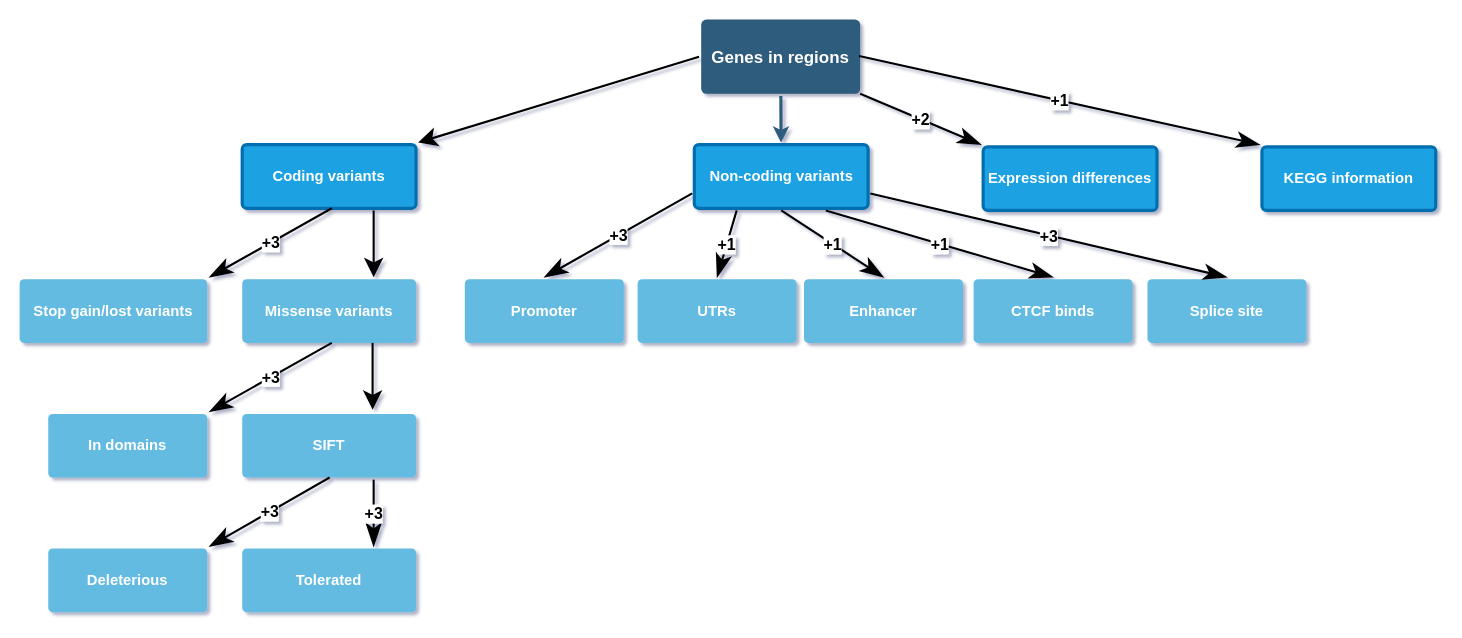
The draw.io diagram CandidateGenes/Untitled Diagram.drawio in ManuelDelpero/AIL_BFMIS1xBFMIS2, before the edit. Source tidied: cells renumbered, new cells numbered last; positions are measured from the earlier drawing's top-left corner, leaving out a move shared by most shapes. Both pictures are drawn from the tidied source at 106%, with x=0, y=0 at pixel (19, 19).
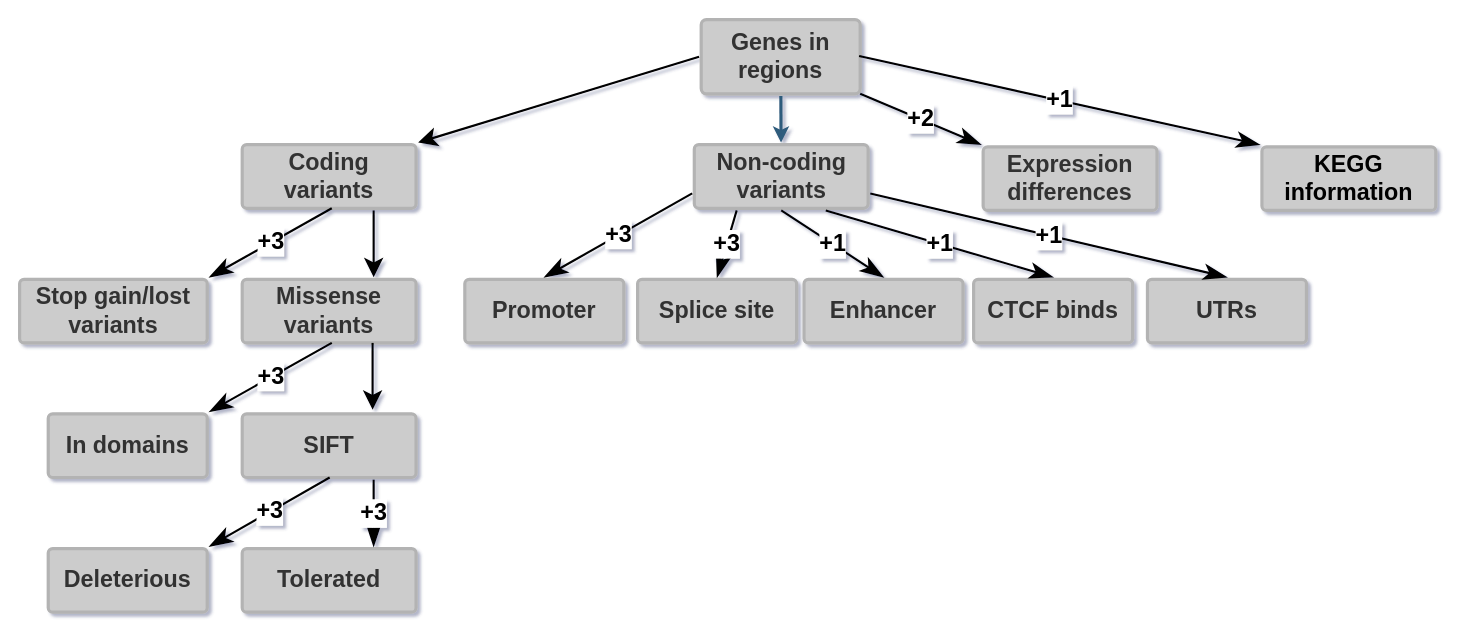
After the change.

What changed in the source:
```diff
@@
-    <mxCell id="3" value="Genes in regions" style="rounded=1;whiteSpace=wrap;html=1;shadow=0;labelBackgroundColor=none;strokeColor=none;strokeWidth=3;fillColor=#2F5B7C;fontFamily=Helvetica;fontSize=16;fontColor=#FFFFFF;align=center;fontStyle=1;spacing=5;arcSize=7;perimeterSpacing=2;" parent="1" vertex="1">
+    <mxCell id="3" value="Genes in regions" style="rounded=1;whiteSpace=wrap;html=1;shadow=0;labelBackgroundColor=none;strokeWidth=3;fontFamily=Helvetica;fontSize=22;fontColor=#333333;align=center;fontStyle=1;spacing=5;arcSize=7;perimeterSpacing=2;strokeColor=#B3B3B3;fillColor=#CCCCCC;" parent="1" vertex="1">
       <mxGeometry x="643" width="150" height="70" as="geometry" />
     </mxCell>
-    <mxCell id="4" value="Coding variants" style="rounded=1;whiteSpace=wrap;html=1;shadow=0;labelBackgroundColor=none;strokeColor=#006EAF;strokeWidth=3;fillColor=#1ba1e2;fontFamily=Helvetica;fontSize=14;align=center;spacing=5;fontStyle=1;arcSize=7;perimeterSpacing=2;fontColor=#ffffff;" parent="1" vertex="1">
+    <mxCell id="4" value="Coding variants" style="rounded=1;whiteSpace=wrap;html=1;shadow=0;labelBackgroundColor=none;strokeWidth=3;fontFamily=Helvetica;fontSize=22;align=center;spacing=5;fontStyle=1;arcSize=7;perimeterSpacing=2;fontColor=#333333;strokeColor=#B3B3B3;fillColor=#CCCCCC;" parent="1" vertex="1">
       <mxGeometry x="210" y="118" width="164" height="60" as="geometry" />
     </mxCell>
-    <mxCell id="5" value="&lt;b&gt;In domains&lt;/b&gt;" style="rounded=1;whiteSpace=wrap;html=1;shadow=0;labelBackgroundColor=none;strokeColor=none;strokeWidth=3;fillColor=#64bbe2;fontFamily=Helvetica;fontSize=14;fontColor=#FFFFFF;align=center;spacing=5;arcSize=7;perimeterSpacing=2;" parent="1" vertex="1">
+    <mxCell id="5" value="&lt;b style=&quot;font-size: 22px;&quot;&gt;In domains&lt;/b&gt;" style="rounded=1;whiteSpace=wrap;html=1;shadow=0;labelBackgroundColor=none;strokeWidth=3;fontFamily=Helvetica;fontSize=22;fontColor=#333333;align=center;spacing=5;arcSize=7;perimeterSpacing=2;strokeColor=#B3B3B3;fillColor=#CCCCCC;" parent="1" vertex="1">
       <mxGeometry x="27" y="372" width="150" height="60" as="geometry" />
     </mxCell>
-    <mxCell id="6" value="Non-coding variants" style="rounded=1;whiteSpace=wrap;html=1;shadow=0;labelBackgroundColor=none;strokeColor=#006EAF;strokeWidth=3;fillColor=#1ba1e2;fontFamily=Helvetica;fontSize=14;fontColor=#ffffff;align=center;spacing=5;fontStyle=1;arcSize=7;perimeterSpacing=2;" parent="1" vertex="1">
+    <mxCell id="6" value="Non-coding variants" style="rounded=1;whiteSpace=wrap;html=1;shadow=0;labelBackgroundColor=none;strokeWidth=3;fontFamily=Helvetica;fontSize=22;fontColor=#333333;align=center;spacing=5;fontStyle=1;arcSize=7;perimeterSpacing=2;strokeColor=#B3B3B3;fillColor=#CCCCCC;" parent="1" vertex="1">
       <mxGeometry x="636.5" y="118" width="164" height="60" as="geometry" />
     </mxCell>
-    <mxCell id="7" value="&lt;b&gt;Expression differences&lt;/b&gt;" style="rounded=1;whiteSpace=wrap;html=1;shadow=0;labelBackgroundColor=none;strokeColor=#006EAF;strokeWidth=3;fillColor=#1ba1e2;fontFamily=Helvetica;fontSize=14;fontColor=#ffffff;align=center;spacing=5;arcSize=7;perimeterSpacing=2;" parent="1" vertex="1">
+    <mxCell id="7" value="&lt;b style=&quot;font-size: 22px;&quot;&gt;Expression differences&lt;/b&gt;" style="rounded=1;whiteSpace=wrap;html=1;shadow=0;labelBackgroundColor=none;strokeWidth=3;fontFamily=Helvetica;fontSize=22;fontColor=#333333;align=center;spacing=5;arcSize=7;perimeterSpacing=2;strokeColor=#B3B3B3;fillColor=#CCCCCC;" parent="1" vertex="1">
       <mxGeometry x="909" y="120" width="164" height="60" as="geometry" />
     </mxCell>
-    <mxCell id="8" value="&lt;b&gt;Promoter&lt;/b&gt;" style="rounded=1;whiteSpace=wrap;html=1;shadow=0;labelBackgroundColor=none;strokeColor=none;strokeWidth=3;fillColor=#64bbe2;fontFamily=Helvetica;fontSize=14;fontColor=#FFFFFF;align=center;spacing=5;arcSize=7;perimeterSpacing=2;" parent="1" vertex="1">
+    <mxCell id="8" value="&lt;b style=&quot;font-size: 22px;&quot;&gt;Promoter&lt;/b&gt;" style="rounded=1;whiteSpace=wrap;html=1;shadow=0;labelBackgroundColor=none;strokeWidth=3;fontFamily=Helvetica;fontSize=22;fontColor=#333333;align=center;spacing=5;arcSize=7;perimeterSpacing=2;strokeColor=#B3B3B3;fillColor=#CCCCCC;" parent="1" vertex="1">
       <mxGeometry x="420" y="245" width="150" height="60" as="geometry" />
     </mxCell>
-    <mxCell id="9" value="&lt;b&gt;KEGG information&lt;/b&gt;" style="rounded=1;whiteSpace=wrap;html=1;shadow=0;labelBackgroundColor=none;strokeColor=#006EAF;strokeWidth=3;fillColor=#1ba1e2;fontFamily=Helvetica;fontSize=14;fontColor=#ffffff;align=center;spacing=5;arcSize=7;perimeterSpacing=2;" parent="1" vertex="1">
+    <mxCell id="9" value="&lt;b style=&quot;font-size: 22px;&quot;&gt;KEGG information&lt;/b&gt;" style="rounded=1;whiteSpace=wrap;html=1;shadow=0;labelBackgroundColor=none;strokeWidth=3;fontFamily=Helvetica;fontSize=22;align=center;spacing=5;arcSize=7;perimeterSpacing=2;fillColor=#CCCCCC;strokeColor=#B3B3B3;" parent="1" vertex="1">
       <mxGeometry x="1172" y="120" width="164" height="60" as="geometry" />
     </mxCell>
-    <mxCell id="10" value="&lt;b&gt;UTRs&lt;/b&gt;" style="rounded=1;whiteSpace=wrap;html=1;shadow=0;labelBackgroundColor=none;strokeColor=none;strokeWidth=3;fillColor=#64bbe2;fontFamily=Helvetica;fontSize=14;fontColor=#FFFFFF;align=center;spacing=5;arcSize=7;perimeterSpacing=2;" parent="1" vertex="1">
+    <mxCell id="10" value="&lt;b style=&quot;text-align: left&quot;&gt;Splice site&lt;/b&gt;" style="rounded=1;whiteSpace=wrap;html=1;shadow=0;labelBackgroundColor=none;strokeWidth=3;fontFamily=Helvetica;fontSize=22;fontColor=#333333;align=center;spacing=5;arcSize=7;perimeterSpacing=2;strokeColor=#B3B3B3;fillColor=#CCCCCC;" parent="1" vertex="1">
       <mxGeometry x="583" y="245" width="150" height="60" as="geometry" />
     </mxCell>
-    <mxCell id="11" value="&lt;b&gt;SIFT&lt;/b&gt;" style="rounded=1;whiteSpace=wrap;html=1;shadow=0;labelBackgroundColor=none;strokeColor=none;strokeWidth=3;fillColor=#64bbe2;fontFamily=Helvetica;fontSize=14;fontColor=#FFFFFF;align=center;spacing=5;arcSize=7;perimeterSpacing=2;" parent="1" vertex="1">
+    <mxCell id="11" value="&lt;b style=&quot;font-size: 22px;&quot;&gt;SIFT&lt;/b&gt;" style="rounded=1;whiteSpace=wrap;html=1;shadow=0;labelBackgroundColor=none;strokeWidth=3;fontFamily=Helvetica;fontSize=22;fontColor=#333333;align=center;spacing=5;arcSize=7;perimeterSpacing=2;strokeColor=#B3B3B3;fillColor=#CCCCCC;" parent="1" vertex="1">
       <mxGeometry x="210" y="372" width="164" height="60" as="geometry" />
     </mxCell>
-    <mxCell id="12" value="&lt;b&gt;Enhancer&lt;/b&gt;" style="rounded=1;whiteSpace=wrap;html=1;shadow=0;labelBackgroundColor=none;strokeColor=none;strokeWidth=3;fillColor=#64bbe2;fontFamily=Helvetica;fontSize=14;fontColor=#FFFFFF;align=center;spacing=5;arcSize=7;perimeterSpacing=2;" parent="1" vertex="1">
+    <mxCell id="12" value="&lt;b style=&quot;font-size: 22px;&quot;&gt;Enhancer&lt;/b&gt;" style="rounded=1;whiteSpace=wrap;html=1;shadow=0;labelBackgroundColor=none;strokeWidth=3;fontFamily=Helvetica;fontSize=22;fontColor=#333333;align=center;spacing=5;arcSize=7;perimeterSpacing=2;strokeColor=#B3B3B3;fillColor=#CCCCCC;" parent="1" vertex="1">
       <mxGeometry x="740" y="245" width="150" height="60" as="geometry" />
     </mxCell>
-    <mxCell id="13" value="&lt;b&gt;CTCF binds&lt;/b&gt;" style="rounded=1;whiteSpace=wrap;html=1;shadow=0;labelBackgroundColor=none;strokeColor=none;strokeWidth=3;fillColor=#64bbe2;fontFamily=Helvetica;fontSize=14;fontColor=#FFFFFF;align=center;spacing=5;arcSize=7;perimeterSpacing=2;" parent="1" vertex="1">
+    <mxCell id="13" value="&lt;b style=&quot;font-size: 22px;&quot;&gt;CTCF binds&lt;/b&gt;" style="rounded=1;whiteSpace=wrap;html=1;shadow=0;labelBackgroundColor=none;strokeWidth=3;fontFamily=Helvetica;fontSize=22;fontColor=#333333;align=center;spacing=5;arcSize=7;perimeterSpacing=2;strokeColor=#B3B3B3;fillColor=#CCCCCC;" parent="1" vertex="1">
       <mxGeometry x="900" y="245" width="150" height="60" as="geometry" />
     </mxCell>
-    <mxCell id="14" value="&lt;b&gt;Deleterious&lt;/b&gt;" style="rounded=1;whiteSpace=wrap;html=1;shadow=0;labelBackgroundColor=none;strokeColor=none;strokeWidth=3;fillColor=#64bbe2;fontFamily=Helvetica;fontSize=14;fontColor=#FFFFFF;align=center;spacing=5;arcSize=7;perimeterSpacing=2;" parent="1" vertex="1">
+    <mxCell id="14" value="&lt;b style=&quot;font-size: 22px;&quot;&gt;Deleterious&lt;/b&gt;" style="rounded=1;whiteSpace=wrap;html=1;shadow=0;labelBackgroundColor=none;strokeWidth=3;fontFamily=Helvetica;fontSize=22;fontColor=#333333;align=center;spacing=5;arcSize=7;perimeterSpacing=2;strokeColor=#B3B3B3;fillColor=#CCCCCC;" parent="1" vertex="1">
       <mxGeometry x="27" y="499" width="150" height="60" as="geometry" />
     </mxCell>
-    <mxCell id="15" value="&lt;b&gt;Tolerated&lt;/b&gt;" style="rounded=1;whiteSpace=wrap;html=1;shadow=0;labelBackgroundColor=none;strokeColor=none;strokeWidth=3;fillColor=#64bbe2;fontFamily=Helvetica;fontSize=14;fontColor=#FFFFFF;align=center;spacing=5;arcSize=7;perimeterSpacing=2;" parent="1" vertex="1">
+    <mxCell id="15" value="&lt;b style=&quot;font-size: 22px;&quot;&gt;Tolerated&lt;/b&gt;" style="rounded=1;whiteSpace=wrap;html=1;shadow=0;labelBackgroundColor=none;strokeWidth=3;fontFamily=Helvetica;fontSize=22;fontColor=#333333;align=center;spacing=5;arcSize=7;perimeterSpacing=2;strokeColor=#B3B3B3;fillColor=#CCCCCC;" parent="1" vertex="1">
       <mxGeometry x="210" y="499" width="164" height="60" as="geometry" />
     </mxCell>
-    <mxCell id="16" value="&lt;span style=&quot;text-align: left&quot;&gt;&lt;b&gt;&lt;font style=&quot;font-size: 14px&quot;&gt;Splice site&lt;/font&gt;&lt;/b&gt;&lt;/span&gt;" style="rounded=1;whiteSpace=wrap;html=1;shadow=0;labelBackgroundColor=none;strokeColor=none;strokeWidth=3;fillColor=#64bbe2;fontFamily=Helvetica;fontSize=14;fontColor=#FFFFFF;align=center;spacing=5;arcSize=7;perimeterSpacing=2;" parent="1" vertex="1">
+    <mxCell id="16" value="&lt;span style=&quot;text-align: left ; font-size: 22px&quot;&gt;&lt;b style=&quot;font-size: 22px&quot;&gt;&lt;font style=&quot;font-size: 22px&quot;&gt;UTRs&lt;/font&gt;&lt;/b&gt;&lt;/span&gt;" style="rounded=1;whiteSpace=wrap;html=1;shadow=0;labelBackgroundColor=none;strokeWidth=3;fontFamily=Helvetica;fontSize=22;fontColor=#333333;align=center;spacing=5;arcSize=7;perimeterSpacing=2;strokeColor=#B3B3B3;fillColor=#CCCCCC;" parent="1" vertex="1">
       <mxGeometry x="1064" y="245" width="150" height="60" as="geometry" />
     </mxCell>
-    <mxCell id="17" value="&lt;b&gt;Stop gain/lost variants&lt;/b&gt;" style="rounded=1;whiteSpace=wrap;html=1;shadow=0;labelBackgroundColor=none;strokeColor=none;strokeWidth=3;fillColor=#64bbe2;fontFamily=Helvetica;fontSize=14;fontColor=#FFFFFF;align=center;spacing=5;arcSize=7;perimeterSpacing=2;" parent="1" vertex="1">
+    <mxCell id="17" value="&lt;b style=&quot;font-size: 22px;&quot;&gt;Stop gain/lost variants&lt;/b&gt;" style="rounded=1;whiteSpace=wrap;html=1;shadow=0;labelBackgroundColor=none;strokeWidth=3;fontFamily=Helvetica;fontSize=22;fontColor=#333333;align=center;spacing=5;arcSize=7;perimeterSpacing=2;strokeColor=#B3B3B3;fillColor=#CCCCCC;" parent="1" vertex="1">
       <mxGeometry y="245" width="177" height="60" as="geometry" />
     </mxCell>
-    <mxCell id="18" value="&lt;b&gt;Missense variants&lt;/b&gt;" style="rounded=1;whiteSpace=wrap;html=1;shadow=0;labelBackgroundColor=none;strokeColor=none;strokeWidth=3;fillColor=#64bbe2;fontFamily=Helvetica;fontSize=14;fontColor=#FFFFFF;align=center;spacing=5;arcSize=7;perimeterSpacing=2;" parent="1" vertex="1">
+    <mxCell id="18" value="&lt;b style=&quot;font-size: 22px;&quot;&gt;Missense variants&lt;/b&gt;" style="rounded=1;whiteSpace=wrap;html=1;shadow=0;labelBackgroundColor=none;strokeWidth=3;fontFamily=Helvetica;fontSize=22;fontColor=#333333;align=center;spacing=5;arcSize=7;perimeterSpacing=2;strokeColor=#B3B3B3;fillColor=#CCCCCC;" parent="1" vertex="1">
       <mxGeometry x="210" y="245" width="164" height="60" as="geometry" />
     </mxCell>
-    <mxCell id="19" value="&lt;b&gt;&lt;font style=&quot;font-size: 15px&quot;&gt;+1&lt;/font&gt;&lt;/b&gt;" style="endArrow=classicThin;endSize=16;endFill=1;html=1;entryX=0;entryY=0;entryDx=0;entryDy=0;curved=1;strokeWidth=2;" parent="1" edge="1" target="9">
+    <mxCell id="19" value="&lt;b style=&quot;font-size: 22px;&quot;&gt;&lt;font style=&quot;font-size: 22px;&quot;&gt;+1&lt;/font&gt;&lt;/b&gt;" style="endArrow=classicThin;endSize=16;endFill=1;html=1;entryX=0;entryY=0;entryDx=0;entryDy=0;curved=1;strokeWidth=2;fontSize=22;" parent="1" edge="1" target="9">
       <mxGeometry relative="1" as="geometry">
         <mxPoint x="792" y="34.4" as="sourcePoint" />
       </mxGeometry>
     </mxCell>
-    <mxCell id="20" value="&lt;b&gt;&lt;font style=&quot;font-size: 15px&quot;&gt;+2&lt;/font&gt;&lt;/b&gt;" style="endArrow=classicThin;endSize=16;endFill=1;html=1;curved=1;strokeWidth=2;entryX=0;entryY=0;entryDx=0;entryDy=0;" parent="1" edge="1" target="7">
+    <mxCell id="20" value="&lt;b style=&quot;font-size: 22px;&quot;&gt;&lt;font style=&quot;font-size: 22px;&quot;&gt;+2&lt;/font&gt;&lt;/b&gt;" style="endArrow=classicThin;endSize=16;endFill=1;html=1;curved=1;strokeWidth=2;entryX=0;entryY=0;entryDx=0;entryDy=0;fontSize=22;" parent="1" edge="1" target="7">
       <mxGeometry relative="1" as="geometry">
         <mxPoint x="793" y="70" as="sourcePoint" />
       </mxGeometry>
     </mxCell>
-    <mxCell id="21" value="&lt;b&gt;&lt;font style=&quot;font-size: 15px&quot;&gt;+3&lt;/font&gt;&lt;/b&gt;" style="endArrow=classicThin;endSize=16;endFill=1;html=1;curved=1;strokeWidth=2;entryX=0.5;entryY=0;entryDx=0;entryDy=0;exitX=0;exitY=0.75;exitDx=0;exitDy=0;" parent="1" edge="1" source="6" target="8">
+    <mxCell id="21" value="&lt;b style=&quot;font-size: 22px;&quot;&gt;&lt;font style=&quot;font-size: 22px;&quot;&gt;+3&lt;/font&gt;&lt;/b&gt;" style="endArrow=classicThin;endSize=16;endFill=1;html=1;curved=1;strokeWidth=2;entryX=0.5;entryY=0;entryDx=0;entryDy=0;exitX=0;exitY=0.75;exitDx=0;exitDy=0;fontSize=22;" parent="1" edge="1" source="6" target="8">
       <mxGeometry relative="1" as="geometry" />
     </mxCell>
-    <mxCell id="22" value="&lt;b&gt;&lt;font style=&quot;font-size: 15px&quot;&gt;+1&lt;/font&gt;&lt;/b&gt;" style="endArrow=classicThin;endSize=16;endFill=1;html=1;curved=1;strokeWidth=2;entryX=0.5;entryY=0;entryDx=0;entryDy=0;exitX=0.25;exitY=1;exitDx=0;exitDy=0;" parent="1" edge="1" source="6" target="10">
+    <mxCell id="22" value="&lt;b style=&quot;font-size: 22px&quot;&gt;&lt;font style=&quot;font-size: 22px&quot;&gt;+3&lt;/font&gt;&lt;/b&gt;" style="endArrow=classicThin;endSize=16;endFill=1;html=1;curved=1;strokeWidth=2;entryX=0.5;entryY=0;entryDx=0;entryDy=0;exitX=0.25;exitY=1;exitDx=0;exitDy=0;fontSize=22;" parent="1" edge="1" source="6" target="10">
       <mxGeometry relative="1" as="geometry" />
     </mxCell>
-    <mxCell id="23" value="&lt;b&gt;&lt;font style=&quot;font-size: 15px&quot;&gt;+1&lt;/font&gt;&lt;/b&gt;" style="endArrow=classicThin;endSize=16;endFill=1;html=1;curved=1;strokeWidth=2;entryX=0.5;entryY=0;entryDx=0;entryDy=0;exitX=0.5;exitY=1;exitDx=0;exitDy=0;" parent="1" edge="1" source="6" target="12">
+    <mxCell id="23" value="&lt;b style=&quot;font-size: 22px;&quot;&gt;&lt;font style=&quot;font-size: 22px;&quot;&gt;+1&lt;/font&gt;&lt;/b&gt;" style="endArrow=classicThin;endSize=16;endFill=1;html=1;curved=1;strokeWidth=2;entryX=0.5;entryY=0;entryDx=0;entryDy=0;exitX=0.5;exitY=1;exitDx=0;exitDy=0;fontSize=22;" parent="1" edge="1" source="6" target="12">
       <mxGeometry relative="1" as="geometry" />
     </mxCell>
-    <mxCell id="24" value="&lt;b&gt;&lt;font style=&quot;font-size: 15px&quot;&gt;+1&lt;/font&gt;&lt;/b&gt;" style="endArrow=classicThin;endSize=16;endFill=1;html=1;curved=1;strokeWidth=2;entryX=0.5;entryY=0;entryDx=0;entryDy=0;exitX=0.75;exitY=1;exitDx=0;exitDy=0;" parent="1" edge="1" source="6" target="13">
+    <mxCell id="24" value="&lt;b style=&quot;font-size: 22px;&quot;&gt;&lt;font style=&quot;font-size: 22px;&quot;&gt;+1&lt;/font&gt;&lt;/b&gt;" style="endArrow=classicThin;endSize=16;endFill=1;html=1;curved=1;strokeWidth=2;entryX=0.5;entryY=0;entryDx=0;entryDy=0;exitX=0.75;exitY=1;exitDx=0;exitDy=0;fontSize=22;" parent="1" edge="1" source="6" target="13">
       <mxGeometry relative="1" as="geometry" />
     </mxCell>
-    <mxCell id="25" value="&lt;b&gt;&lt;font style=&quot;font-size: 15px&quot;&gt;+3&lt;/font&gt;&lt;/b&gt;" style="endArrow=classicThin;endSize=16;endFill=1;html=1;curved=1;strokeWidth=2;entryX=0.5;entryY=0;entryDx=0;entryDy=0;exitX=1;exitY=0.75;exitDx=0;exitDy=0;" parent="1" edge="1" source="6" target="16">
+    <mxCell id="25" value="&lt;b style=&quot;font-size: 22px&quot;&gt;&lt;font style=&quot;font-size: 22px&quot;&gt;+1&lt;/font&gt;&lt;/b&gt;" style="endArrow=classicThin;endSize=16;endFill=1;html=1;curved=1;strokeWidth=2;entryX=0.5;entryY=0;entryDx=0;entryDy=0;exitX=1;exitY=0.75;exitDx=0;exitDy=0;fontSize=22;" parent="1" edge="1" source="6" target="16">
       <mxGeometry relative="1" as="geometry" />
     </mxCell>
-    <mxCell id="26" value="&lt;b&gt;&lt;font style=&quot;font-size: 15px&quot;&gt;+3&lt;/font&gt;&lt;/b&gt;" style="endArrow=classicThin;endSize=16;endFill=1;html=1;curved=1;strokeWidth=2;entryX=1;entryY=0;entryDx=0;entryDy=0;" parent="1" edge="1" target="17">
+    <mxCell id="26" value="&lt;b style=&quot;font-size: 22px;&quot;&gt;&lt;font style=&quot;font-size: 22px;&quot;&gt;+3&lt;/font&gt;&lt;/b&gt;" style="endArrow=classicThin;endSize=16;endFill=1;html=1;curved=1;strokeWidth=2;entryX=1;entryY=0;entryDx=0;entryDy=0;fontSize=22;" parent="1" edge="1" target="17">
       <mxGeometry relative="1" as="geometry">
         <mxPoint x="294.5" y="178" as="sourcePoint" />
       </mxGeometry>
     </mxCell>
-    <mxCell id="27" value="&lt;b&gt;&lt;font style=&quot;font-size: 15px&quot;&gt;+3&lt;/font&gt;&lt;/b&gt;" style="endArrow=classicThin;endSize=16;endFill=1;html=1;curved=1;strokeWidth=2;entryX=1;entryY=0;entryDx=0;entryDy=0;" parent="1" edge="1" target="5">
+    <mxCell id="27" value="&lt;b style=&quot;font-size: 22px;&quot;&gt;&lt;font style=&quot;font-size: 22px;&quot;&gt;+3&lt;/font&gt;&lt;/b&gt;" style="endArrow=classicThin;endSize=16;endFill=1;html=1;curved=1;strokeWidth=2;entryX=1;entryY=0;entryDx=0;entryDy=0;fontSize=22;" parent="1" edge="1" target="5">
       <mxGeometry relative="1" as="geometry">
         <mxPoint x="294.5" y="305" as="sourcePoint" />
       </mxGeometry>
     </mxCell>
-    <mxCell id="28" value="&lt;b&gt;&lt;font style=&quot;font-size: 15px&quot;&gt;+3&lt;/font&gt;&lt;/b&gt;" style="endArrow=classicThin;endSize=16;endFill=1;html=1;curved=1;strokeWidth=2;entryX=1;entryY=0;entryDx=0;entryDy=0;" parent="1" edge="1" target="14">
+    <mxCell id="28" value="&lt;b style=&quot;font-size: 22px;&quot;&gt;&lt;font style=&quot;font-size: 22px;&quot;&gt;+3&lt;/font&gt;&lt;/b&gt;" style="endArrow=classicThin;endSize=16;endFill=1;html=1;curved=1;strokeWidth=2;entryX=1;entryY=0;entryDx=0;entryDy=0;fontSize=22;" parent="1" edge="1" target="14">
       <mxGeometry relative="1" as="geometry">
         <mxPoint x="292.5" y="432" as="sourcePoint" />
       </mxGeometry>
     </mxCell>
-    <mxCell id="29" value="&lt;b&gt;&lt;font style=&quot;font-size: 15px&quot;&gt;+3&lt;/font&gt;&lt;/b&gt;" style="endArrow=classicThin;endSize=16;endFill=1;html=1;curved=1;strokeWidth=2;entryX=0.75;entryY=0;entryDx=0;entryDy=0;exitX=0.75;exitY=1;exitDx=0;exitDy=0;" parent="1" edge="1" source="11" target="15">
+    <mxCell id="29" value="&lt;b style=&quot;font-size: 22px;&quot;&gt;&lt;font style=&quot;font-size: 22px;&quot;&gt;+3&lt;/font&gt;&lt;/b&gt;" style="endArrow=classicThin;endSize=16;endFill=1;html=1;curved=1;strokeWidth=2;entryX=0.75;entryY=0;entryDx=0;entryDy=0;exitX=0.75;exitY=1;exitDx=0;exitDy=0;fontSize=22;" parent="1" edge="1" source="11" target="15">
       <mxGeometry relative="1" as="geometry" />
     </mxCell>
```
